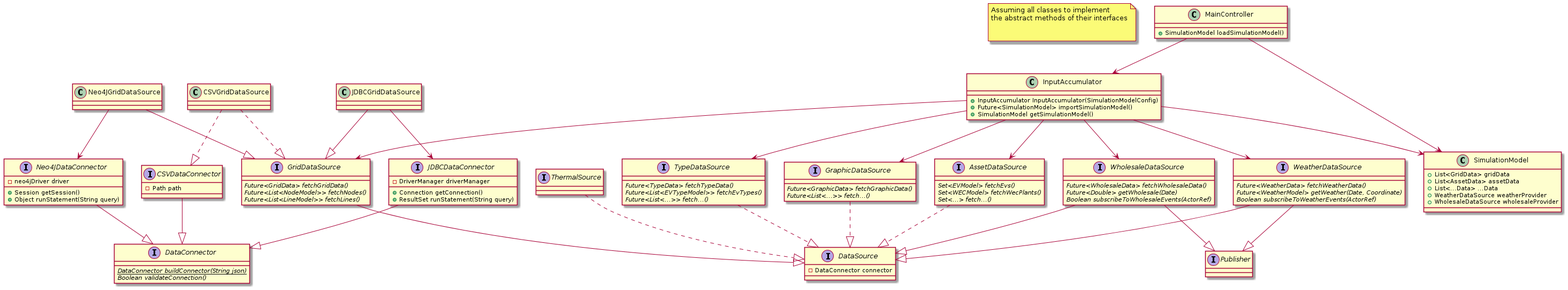
The PlantUML diagram docs/readthedocs/_static/figures/uml/DataSourceClassDiagram_draft.png in ie3-institute/PowerSystemDataModel, before a commit.
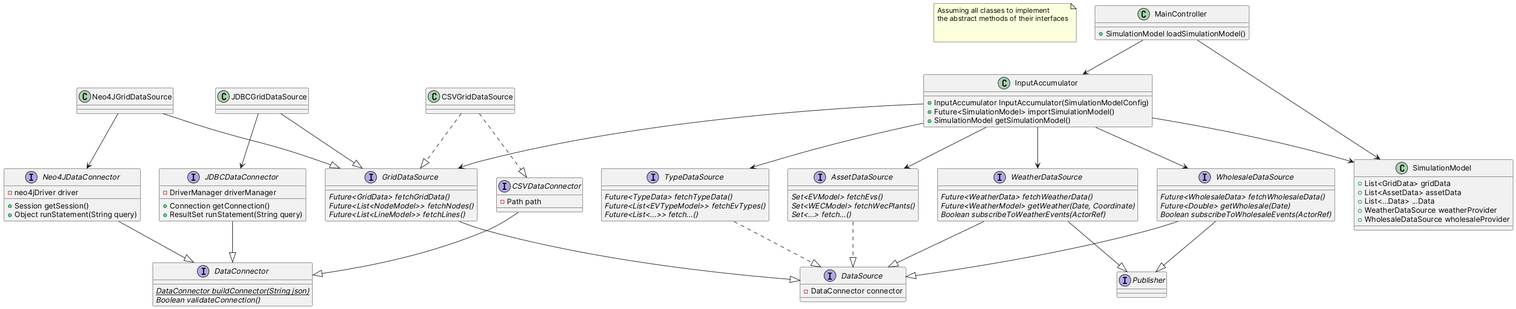
Above is the later version.

The edit, as a diff of the source:
```diff
@@ -61,21 +61,12 @@
 }
 AssetDataSource 	..|> DataSource
 
-interface ThermalSource
-ThermalSource ..|> DataSource
-
 interface TypeDataSource {
 {abstract}Future<TypeData> fetchTypeData()
 {abstract}Future<List<EVTypeModel>> fetchEvTypes()
 {abstract}Future<List<...>> fetch...()
 }
 TypeDataSource 	..|> DataSource
-
-interface GraphicDataSource {
-{abstract}Future<GraphicData> fetchGraphicData()
-{abstract}Future<List<...>> fetch...()
-}
-GraphicDataSource 	..|> DataSource
 
 interface WeatherDataSource {
 {abstract}Future<WeatherData> fetchWeatherData()
@@ -101,7 +92,6 @@
 InputAccumulator --> GridDataSource
 InputAccumulator --> AssetDataSource
 InputAccumulator --> TypeDataSource
-InputAccumulator --> GraphicDataSource
 InputAccumulator --> WeatherDataSource
 InputAccumulator --> WholesaleDataSource
 InputAccumulator --> SimulationModel
```
